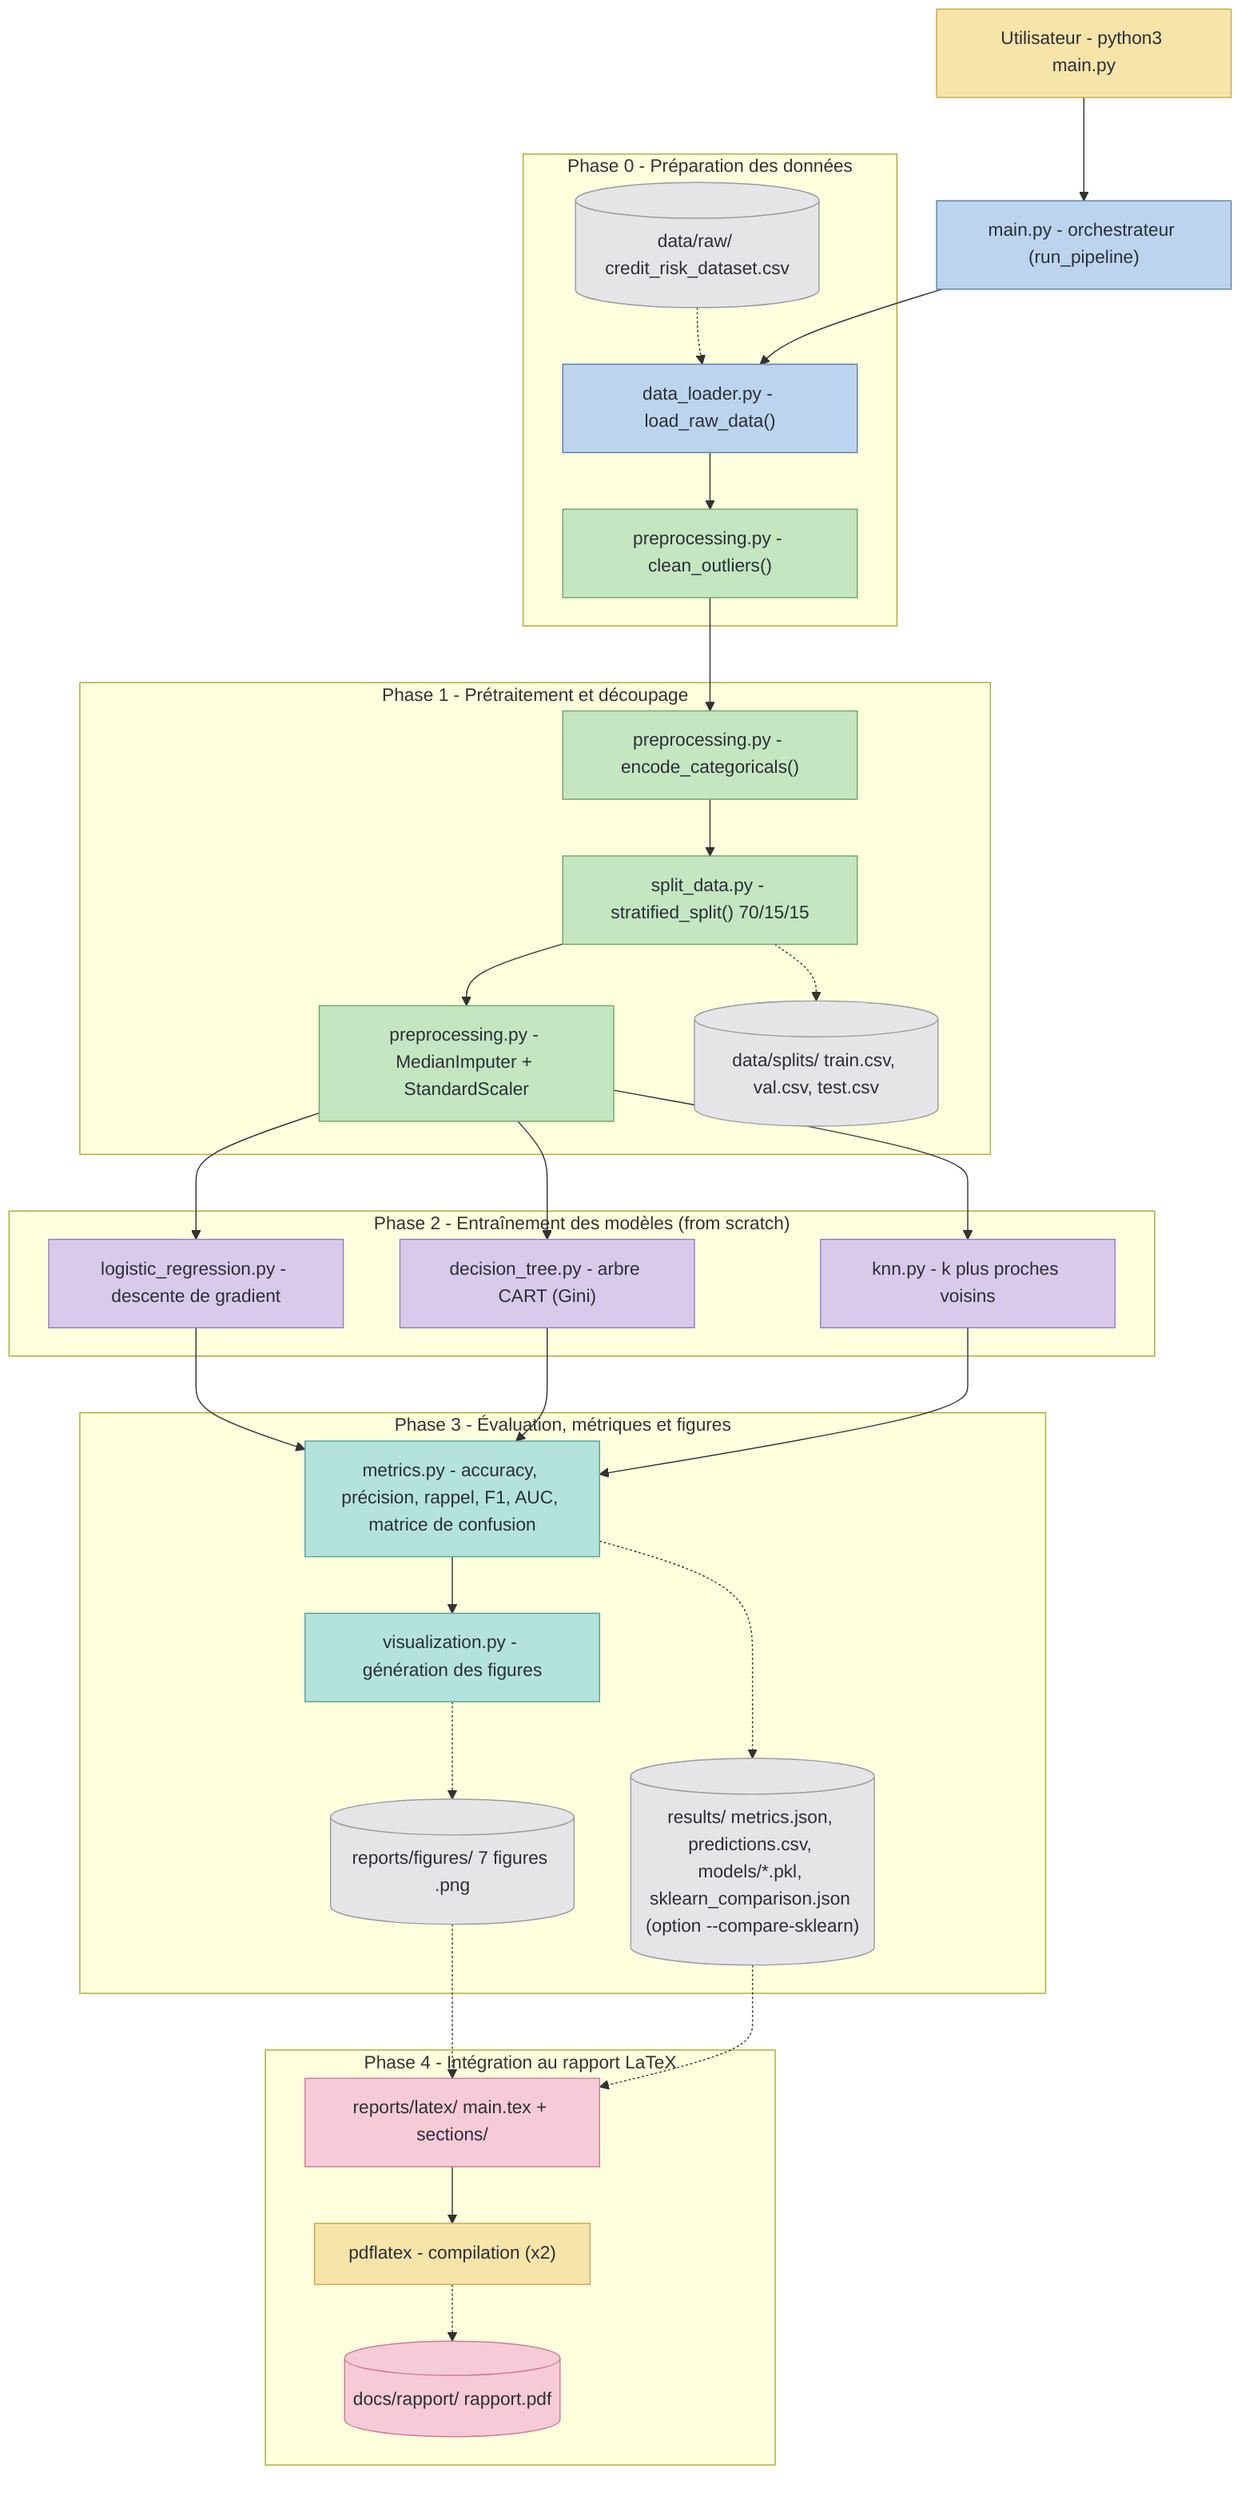
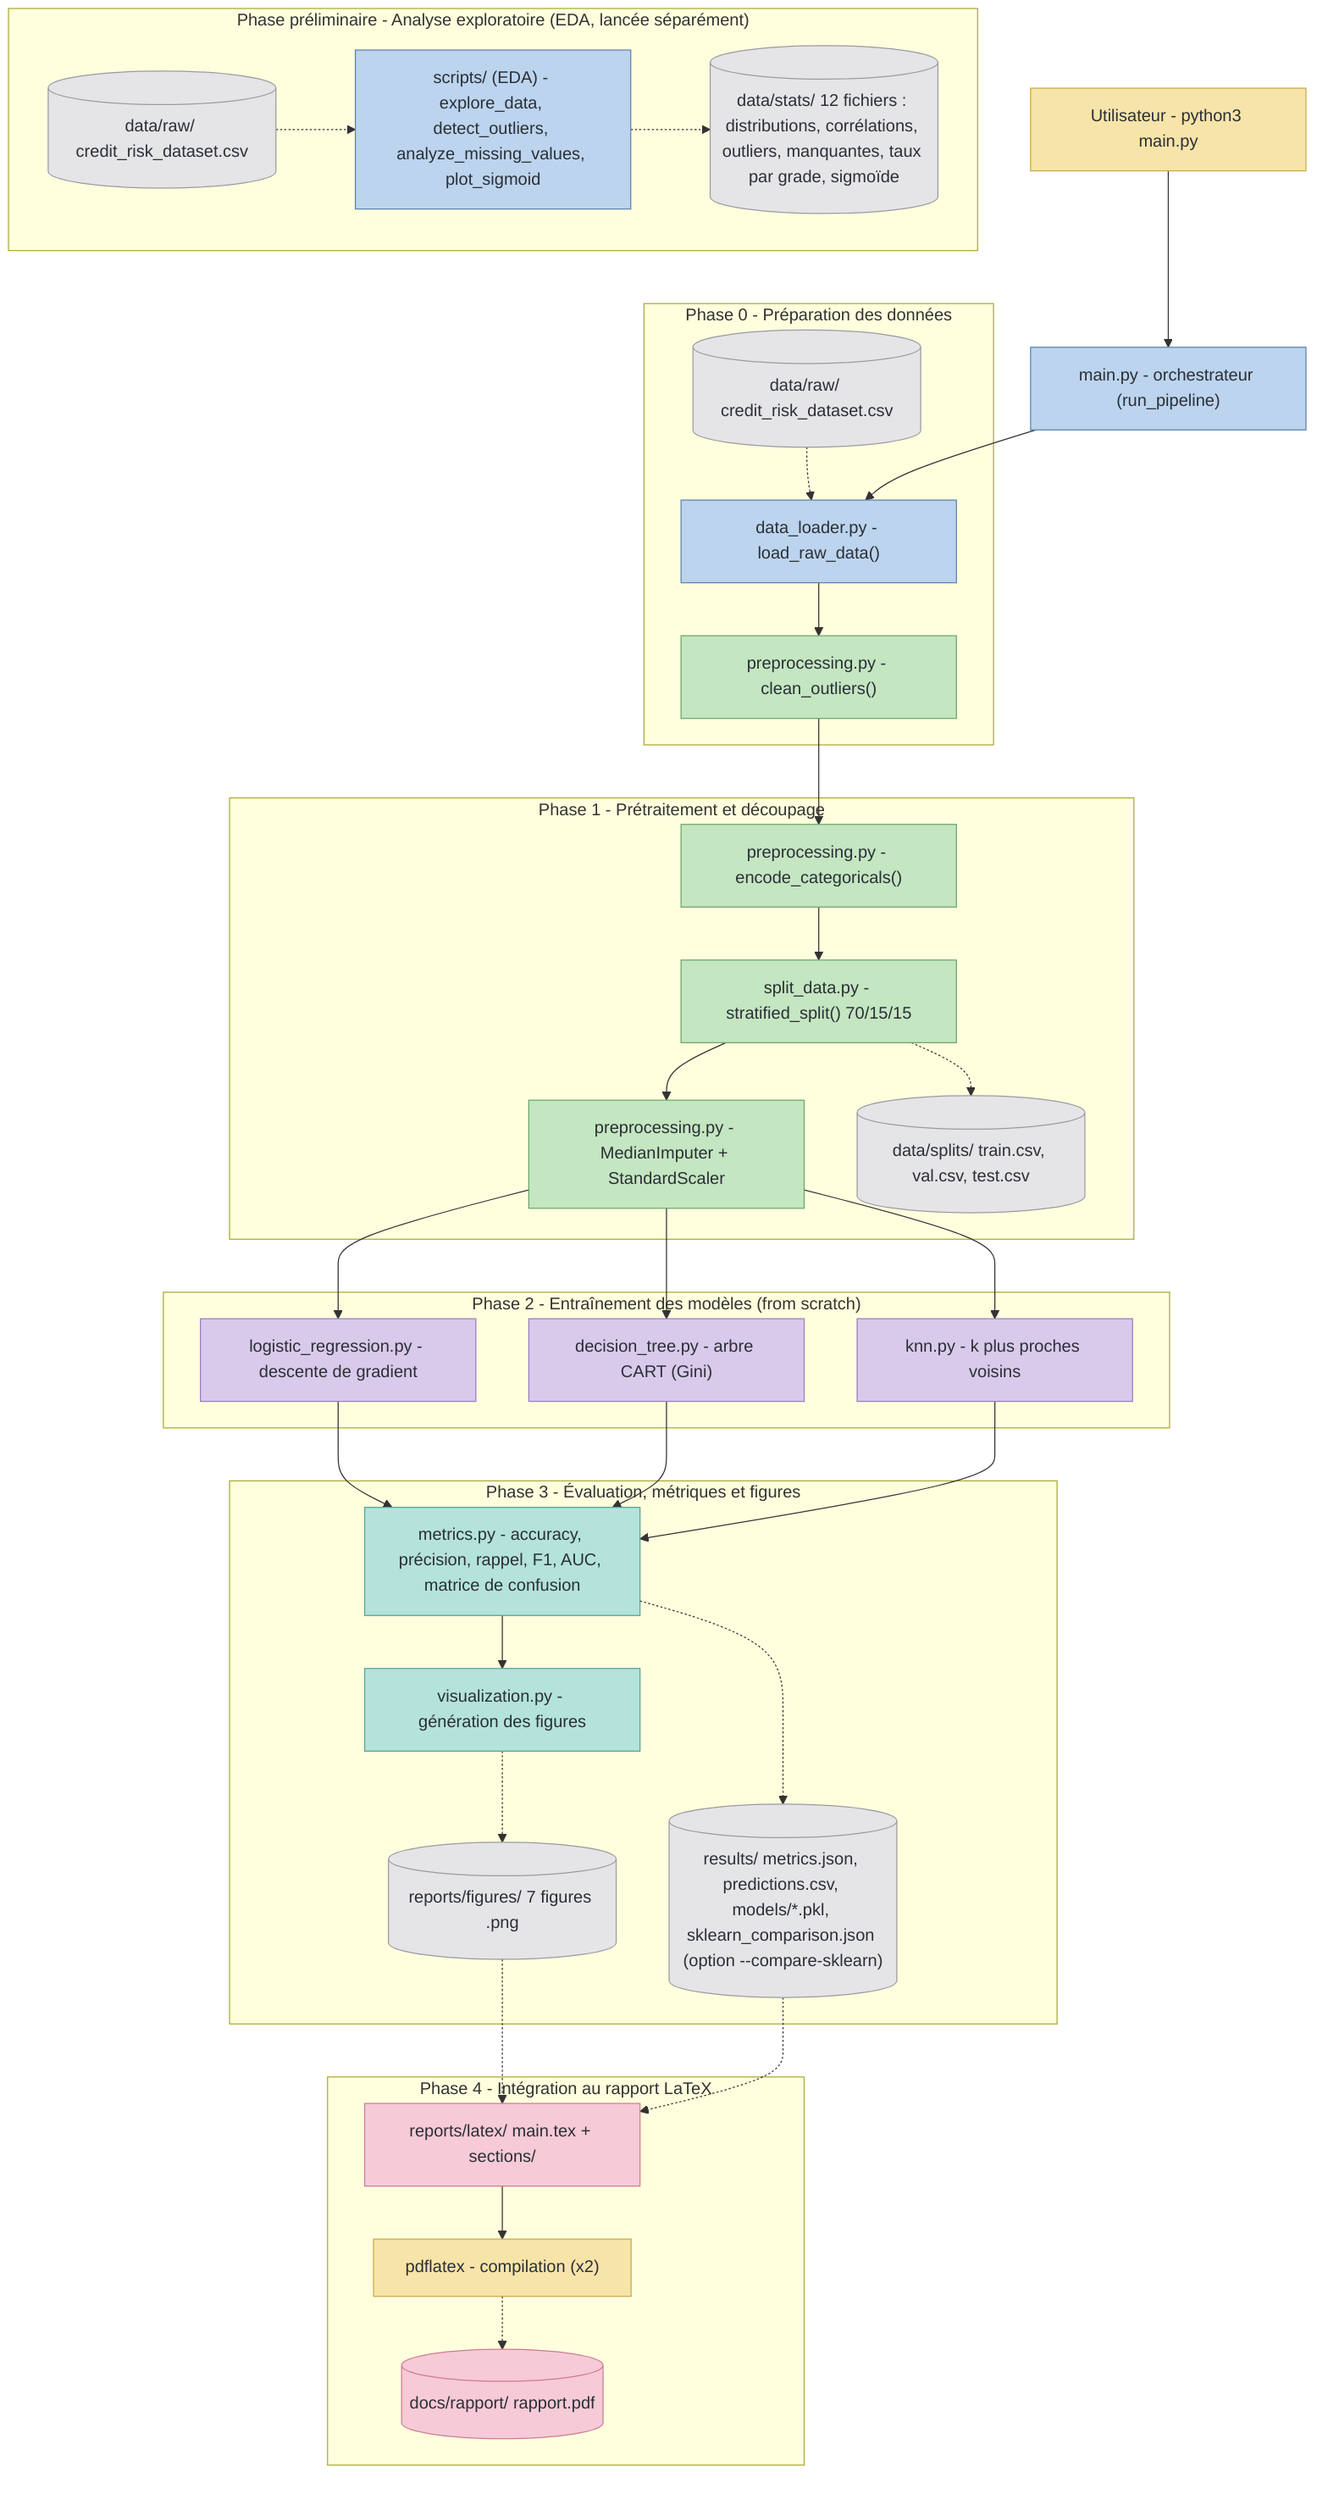
%% Projet TAA - Schema d'execution des scripts (version Mermaid editable)
%% Rendu : https://mermaid.live  ou  l'extension Mermaid de votre editeur.
%% Fleche pleine ( --> ) = ordre d'execution
%% Fleche pointillee ( -.-> ) = flux de donnees / fichiers generes
flowchart TB
  classDef script  fill:#BCD4EE,stroke:#5E82AC,color:#2B2F36;
  classDef process fill:#C4E6C1,stroke:#6BA66B,color:#2B2F36;
  classDef model   fill:#D9CAEB,stroke:#9A7CC2,color:#2B2F36;
  classDef metric  fill:#B4E3DB,stroke:#57A296,color:#2B2F36;
  classDef result  fill:#F6CAD7,stroke:#CC7C95,color:#2B2F36;
  classDef file    fill:#E5E5E8,stroke:#9A9AA1,color:#2B2F36;
  classDef manual  fill:#F7E4A9,stroke:#C9A94E,color:#2B2F36;
+ 
+   subgraph PEDA["Phase préliminaire - Analyse exploratoire (EDA, lancée séparément)"]
+     RAW0[("data/raw/ credit_risk_dataset.csv")]:::file
+     EDA["scripts/ (EDA) - explore_data, detect_outliers, analyze_missing_values, plot_sigmoid"]:::script
+     STATS[("data/stats/ 12 fichiers : distributions, corrélations, outliers, manquantes, taux par grade, sigmoïde")]:::file
+     RAW0 -.-> EDA
+     EDA -.-> STATS
+   end

  USER["Utilisateur - python3 main.py"]:::manual
  MAIN["main.py - orchestrateur (run_pipeline)"]:::script
  USER --> MAIN

  subgraph P0["Phase 0 - Préparation des données"]
    CSV[("data/raw/ credit_risk_dataset.csv")]:::file
    LOAD["data_loader.py - load_raw_data()"]:::script
    CLEAN["preprocessing.py - clean_outliers()"]:::process
    CSV -.-> LOAD
    LOAD --> CLEAN
  end
  MAIN --> LOAD

  subgraph P1["Phase 1 - Prétraitement et découpage"]
    ENC["preprocessing.py - encode_categoricals()"]:::process
    SPLIT["split_data.py - stratified_split() 70/15/15"]:::process
    SCALE["preprocessing.py - MedianImputer + StandardScaler"]:::process
    SPLITS[("data/splits/ train.csv, val.csv, test.csv")]:::file
    ENC --> SPLIT --> SCALE
    SPLIT -.-> SPLITS
  end
  CLEAN --> ENC

  subgraph P2["Phase 2 - Entraînement des modèles (from scratch)"]
    LR["logistic_regression.py - descente de gradient"]:::model
    DT["decision_tree.py - arbre CART (Gini)"]:::model
    KNN["knn.py - k plus proches voisins"]:::model
  end
  SCALE --> LR
  SCALE --> DT
  SCALE --> KNN

  subgraph P3["Phase 3 - Évaluation, métriques et figures"]
    MET["metrics.py - accuracy, précision, rappel, F1, AUC, matrice de confusion"]:::metric
    VIZ["visualization.py - génération des figures"]:::metric
    RES[("results/ metrics.json, predictions.csv, models/*.pkl, sklearn_comparison.json (option --compare-sklearn)")]:::file
    FIG[("reports/figures/ 7 figures .png")]:::file
    MET --> VIZ
    MET -.-> RES
    VIZ -.-> FIG
  end
  LR --> MET
  DT --> MET
  KNN --> MET

  subgraph P4["Phase 4 - Intégration au rapport LaTeX"]
    TEX["reports/latex/ main.tex + sections/"]:::result
    PDFLATEX["pdflatex - compilation (x2)"]:::manual
    PDF[("docs/rapport/ rapport.pdf")]:::result
    TEX --> PDFLATEX
    PDFLATEX -.-> PDF
  end
  FIG -.-> TEX
  RES -.-> TEX
